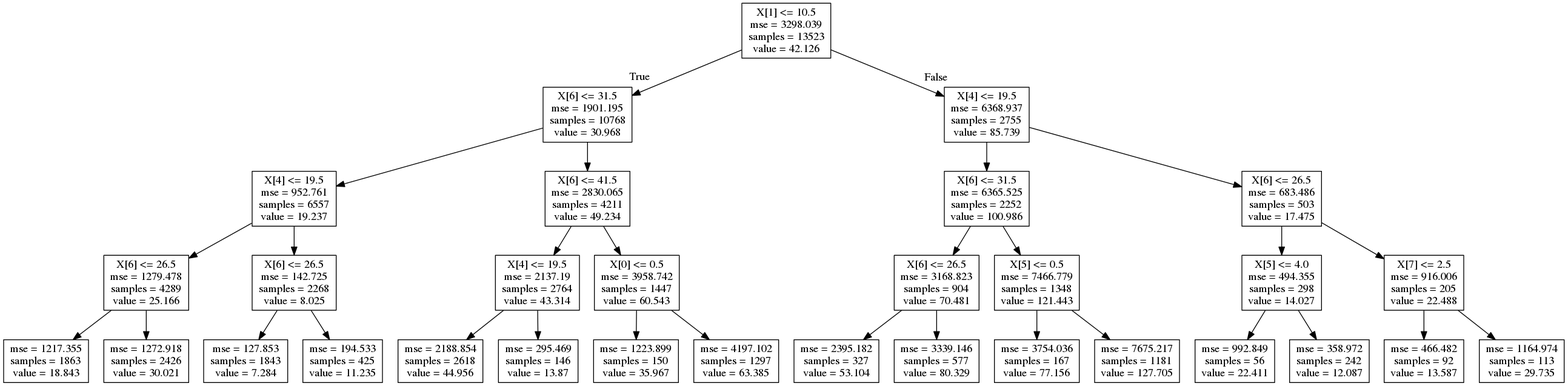
Above: tree.dot.png in walkiria/mini-curso-ai-girls (Graphviz), before the change. Its source is kept beside it as tree.dot. Source of this version:
```dot
digraph Tree {
node [shape=box] ;
0 [label="X[1] <= 10.5\nmse = 3298.039\nsamples = 13523\nvalue = 42.126"] ;
1 [label="X[6] <= 31.5\nmse = 1901.195\nsamples = 10768\nvalue = 30.968"] ;
0 -> 1 [labeldistance=2.5, labelangle=45, headlabel="True"] ;
2 [label="X[4] <= 19.5\nmse = 952.761\nsamples = 6557\nvalue = 19.237"] ;
1 -> 2 ;
3 [label="X[6] <= 26.5\nmse = 1279.478\nsamples = 4289\nvalue = 25.166"] ;
2 -> 3 ;
4 [label="mse = 1217.355\nsamples = 1863\nvalue = 18.843"] ;
3 -> 4 ;
5 [label="mse = 1272.918\nsamples = 2426\nvalue = 30.021"] ;
3 -> 5 ;
6 [label="X[6] <= 26.5\nmse = 142.725\nsamples = 2268\nvalue = 8.025"] ;
2 -> 6 ;
7 [label="mse = 127.853\nsamples = 1843\nvalue = 7.284"] ;
6 -> 7 ;
8 [label="mse = 194.533\nsamples = 425\nvalue = 11.235"] ;
6 -> 8 ;
9 [label="X[6] <= 41.5\nmse = 2830.065\nsamples = 4211\nvalue = 49.234"] ;
1 -> 9 ;
10 [label="X[4] <= 19.5\nmse = 2137.19\nsamples = 2764\nvalue = 43.314"] ;
9 -> 10 ;
11 [label="mse = 2188.854\nsamples = 2618\nvalue = 44.956"] ;
10 -> 11 ;
12 [label="mse = 295.469\nsamples = 146\nvalue = 13.87"] ;
10 -> 12 ;
13 [label="X[0] <= 0.5\nmse = 3958.742\nsamples = 1447\nvalue = 60.543"] ;
9 -> 13 ;
14 [label="mse = 1223.899\nsamples = 150\nvalue = 35.967"] ;
13 -> 14 ;
15 [label="mse = 4197.102\nsamples = 1297\nvalue = 63.385"] ;
13 -> 15 ;
16 [label="X[4] <= 19.5\nmse = 6368.937\nsamples = 2755\nvalue = 85.739"] ;
0 -> 16 [labeldistance=2.5, labelangle=-45, headlabel="False"] ;
17 [label="X[6] <= 31.5\nmse = 6365.525\nsamples = 2252\nvalue = 100.986"] ;
16 -> 17 ;
18 [label="X[6] <= 26.5\nmse = 3168.823\nsamples = 904\nvalue = 70.481"] ;
17 -> 18 ;
19 [label="mse = 2395.182\nsamples = 327\nvalue = 53.104"] ;
18 -> 19 ;
20 [label="mse = 3339.146\nsamples = 577\nvalue = 80.329"] ;
18 -> 20 ;
21 [label="X[5] <= 0.5\nmse = 7466.779\nsamples = 1348\nvalue = 121.443"] ;
17 -> 21 ;
22 [label="mse = 3754.036\nsamples = 167\nvalue = 77.156"] ;
21 -> 22 ;
23 [label="mse = 7675.217\nsamples = 1181\nvalue = 127.705"] ;
21 -> 23 ;
24 [label="X[6] <= 26.5\nmse = 683.486\nsamples = 503\nvalue = 17.475"] ;
16 -> 24 ;
25 [label="X[5] <= 4.0\nmse = 494.355\nsamples = 298\nvalue = 14.027"] ;
24 -> 25 ;
26 [label="mse = 992.849\nsamples = 56\nvalue = 22.411"] ;
25 -> 26 ;
27 [label="mse = 358.972\nsamples = 242\nvalue = 12.087"] ;
25 -> 27 ;
28 [label="X[7] <= 2.5\nmse = 916.006\nsamples = 205\nvalue = 22.488"] ;
24 -> 28 ;
29 [label="mse = 466.482\nsamples = 92\nvalue = 13.587"] ;
28 -> 29 ;
30 [label="mse = 1164.974\nsamples = 113\nvalue = 29.735"] ;
28 -> 30 ;
}
```
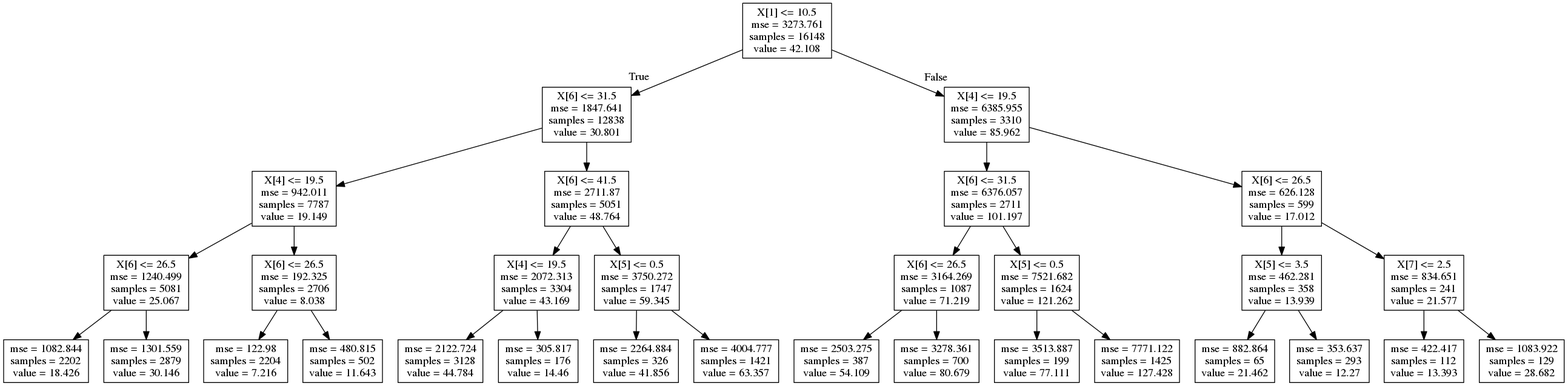
Later version of the same file.

Change to the diagram source:
```diff
@@ -1,64 +1,64 @@
 digraph Tree {
 node [shape=box] ;
-0 [label="X[1] <= 10.5\nmse = 3298.039\nsamples = 13523\nvalue = 42.126"] ;
-1 [label="X[6] <= 31.5\nmse = 1901.195\nsamples = 10768\nvalue = 30.968"] ;
+0 [label="X[1] <= 10.5\nmse = 3273.761\nsamples = 16148\nvalue = 42.108"] ;
+1 [label="X[6] <= 31.5\nmse = 1847.641\nsamples = 12838\nvalue = 30.801"] ;
 0 -> 1 [labeldistance=2.5, labelangle=45, headlabel="True"] ;
-2 [label="X[4] <= 19.5\nmse = 952.761\nsamples = 6557\nvalue = 19.237"] ;
+2 [label="X[4] <= 19.5\nmse = 942.011\nsamples = 7787\nvalue = 19.149"] ;
 1 -> 2 ;
-3 [label="X[6] <= 26.5\nmse = 1279.478\nsamples = 4289\nvalue = 25.166"] ;
+3 [label="X[6] <= 26.5\nmse = 1240.499\nsamples = 5081\nvalue = 25.067"] ;
 2 -> 3 ;
-4 [label="mse = 1217.355\nsamples = 1863\nvalue = 18.843"] ;
+4 [label="mse = 1082.844\nsamples = 2202\nvalue = 18.426"] ;
 3 -> 4 ;
-5 [label="mse = 1272.918\nsamples = 2426\nvalue = 30.021"] ;
+5 [label="mse = 1301.559\nsamples = 2879\nvalue = 30.146"] ;
 3 -> 5 ;
-6 [label="X[6] <= 26.5\nmse = 142.725\nsamples = 2268\nvalue = 8.025"] ;
+6 [label="X[6] <= 26.5\nmse = 192.325\nsamples = 2706\nvalue = 8.038"] ;
 2 -> 6 ;
-7 [label="mse = 127.853\nsamples = 1843\nvalue = 7.284"] ;
+7 [label="mse = 122.98\nsamples = 2204\nvalue = 7.216"] ;
 6 -> 7 ;
-8 [label="mse = 194.533\nsamples = 425\nvalue = 11.235"] ;
+8 [label="mse = 480.815\nsamples = 502\nvalue = 11.643"] ;
 6 -> 8 ;
-9 [label="X[6] <= 41.5\nmse = 2830.065\nsamples = 4211\nvalue = 49.234"] ;
+9 [label="X[6] <= 41.5\nmse = 2711.87\nsamples = 5051\nvalue = 48.764"] ;
 1 -> 9 ;
-10 [label="X[4] <= 19.5\nmse = 2137.19\nsamples = 2764\nvalue = 43.314"] ;
+10 [label="X[4] <= 19.5\nmse = 2072.313\nsamples = 3304\nvalue = 43.169"] ;
 9 -> 10 ;
-11 [label="mse = 2188.854\nsamples = 2618\nvalue = 44.956"] ;
+11 [label="mse = 2122.724\nsamples = 3128\nvalue = 44.784"] ;
 10 -> 11 ;
-12 [label="mse = 295.469\nsamples = 146\nvalue = 13.87"] ;
+12 [label="mse = 305.817\nsamples = 176\nvalue = 14.46"] ;
 10 -> 12 ;
-13 [label="X[0] <= 0.5\nmse = 3958.742\nsamples = 1447\nvalue = 60.543"] ;
+13 [label="X[5] <= 0.5\nmse = 3750.272\nsamples = 1747\nvalue = 59.345"] ;
 9 -> 13 ;
-14 [label="mse = 1223.899\nsamples = 150\nvalue = 35.967"] ;
+14 [label="mse = 2264.884\nsamples = 326\nvalue = 41.856"] ;
 13 -> 14 ;
-15 [label="mse = 4197.102\nsamples = 1297\nvalue = 63.385"] ;
+15 [label="mse = 4004.777\nsamples = 1421\nvalue = 63.357"] ;
 13 -> 15 ;
-16 [label="X[4] <= 19.5\nmse = 6368.937\nsamples = 2755\nvalue = 85.739"] ;
+16 [label="X[4] <= 19.5\nmse = 6385.955\nsamples = 3310\nvalue = 85.962"] ;
 0 -> 16 [labeldistance=2.5, labelangle=-45, headlabel="False"] ;
-17 [label="X[6] <= 31.5\nmse = 6365.525\nsamples = 2252\nvalue = 100.986"] ;
+17 [label="X[6] <= 31.5\nmse = 6376.057\nsamples = 2711\nvalue = 101.197"] ;
 16 -> 17 ;
-18 [label="X[6] <= 26.5\nmse = 3168.823\nsamples = 904\nvalue = 70.481"] ;
+18 [label="X[6] <= 26.5\nmse = 3164.269\nsamples = 1087\nvalue = 71.219"] ;
 17 -> 18 ;
-19 [label="mse = 2395.182\nsamples = 327\nvalue = 53.104"] ;
+19 [label="mse = 2503.275\nsamples = 387\nvalue = 54.109"] ;
 18 -> 19 ;
-20 [label="mse = 3339.146\nsamples = 577\nvalue = 80.329"] ;
+20 [label="mse = 3278.361\nsamples = 700\nvalue = 80.679"] ;
 18 -> 20 ;
-21 [label="X[5] <= 0.5\nmse = 7466.779\nsamples = 1348\nvalue = 121.443"] ;
+21 [label="X[5] <= 0.5\nmse = 7521.682\nsamples = 1624\nvalue = 121.262"] ;
 17 -> 21 ;
-22 [label="mse = 3754.036\nsamples = 167\nvalue = 77.156"] ;
+22 [label="mse = 3513.887\nsamples = 199\nvalue = 77.111"] ;
 21 -> 22 ;
-23 [label="mse = 7675.217\nsamples = 1181\nvalue = 127.705"] ;
+23 [label="mse = 7771.122\nsamples = 1425\nvalue = 127.428"] ;
 21 -> 23 ;
-24 [label="X[6] <= 26.5\nmse = 683.486\nsamples = 503\nvalue = 17.475"] ;
+24 [label="X[6] <= 26.5\nmse = 626.128\nsamples = 599\nvalue = 17.012"] ;
 16 -> 24 ;
-25 [label="X[5] <= 4.0\nmse = 494.355\nsamples = 298\nvalue = 14.027"] ;
+25 [label="X[5] <= 3.5\nmse = 462.281\nsamples = 358\nvalue = 13.939"] ;
 24 -> 25 ;
-26 [label="mse = 992.849\nsamples = 56\nvalue = 22.411"] ;
+26 [label="mse = 882.864\nsamples = 65\nvalue = 21.462"] ;
 25 -> 26 ;
-27 [label="mse = 358.972\nsamples = 242\nvalue = 12.087"] ;
+27 [label="mse = 353.637\nsamples = 293\nvalue = 12.27"] ;
 25 -> 27 ;
-28 [label="X[7] <= 2.5\nmse = 916.006\nsamples = 205\nvalue = 22.488"] ;
+28 [label="X[7] <= 2.5\nmse = 834.651\nsamples = 241\nvalue = 21.577"] ;
 24 -> 28 ;
-29 [label="mse = 466.482\nsamples = 92\nvalue = 13.587"] ;
+29 [label="mse = 422.417\nsamples = 112\nvalue = 13.393"] ;
 28 -> 29 ;
-30 [label="mse = 1164.974\nsamples = 113\nvalue = 29.735"] ;
+30 [label="mse = 1083.922\nsamples = 129\nvalue = 28.682"] ;
 28 -> 30 ;
 }
```
